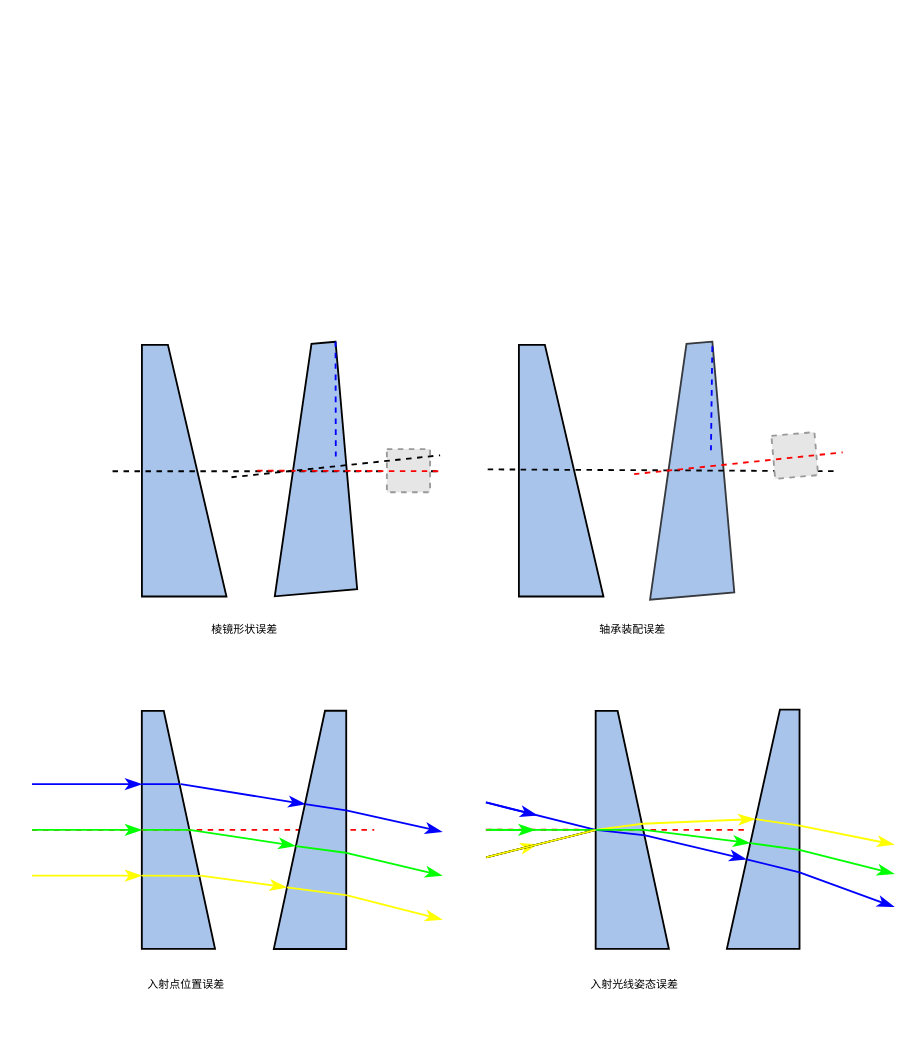
Earlier version of the draw.io diagram risley.drawio (Code-Newborn/diagrams). Source tidied: cells renumbered, new cells numbered last; positions are measured from the earlier drawing's top-left corner, leaving out a move shared by most shapes. Both pictures are drawn from the tidied source at 183%, with x=0, y=0 at pixel (31, 426). Pictures stored in the file or linked from it are replaced by grey dashed boxes.
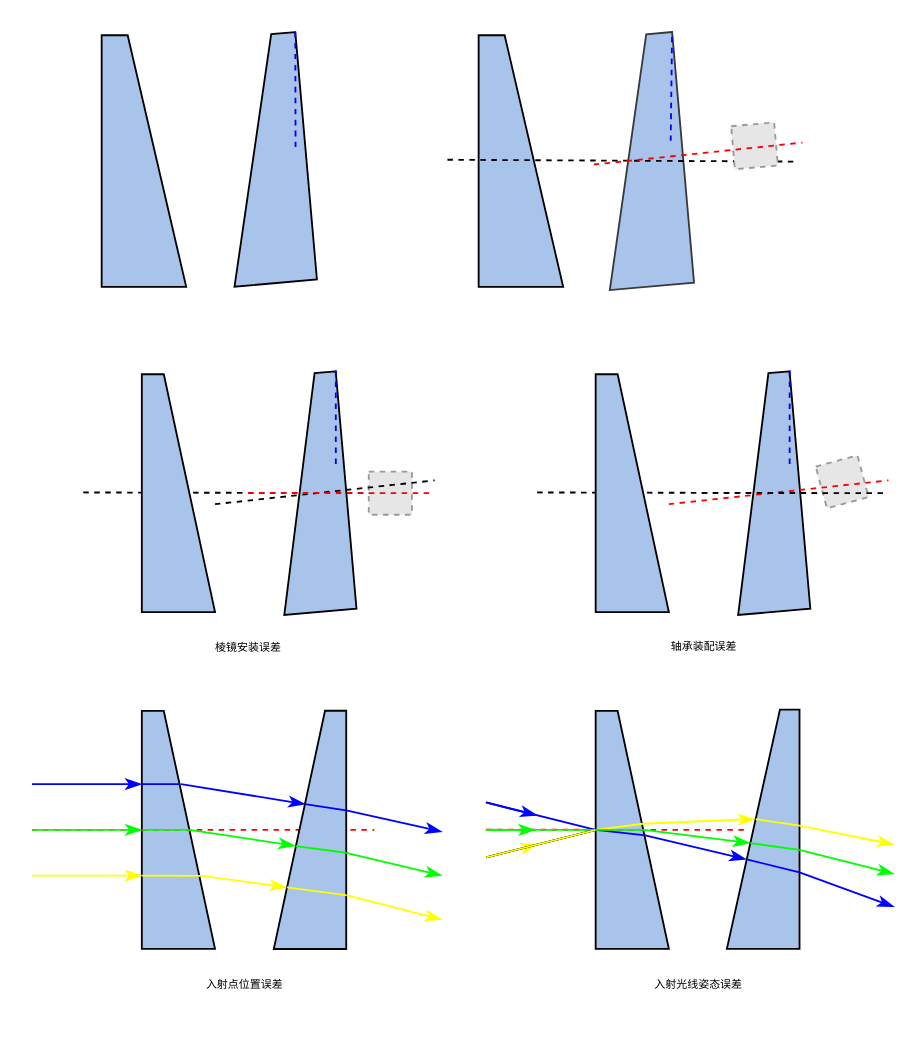
The same diagram, later.

Diff of the diagram source:
```diff
@@
     <mxCell id="2" style="shape=manualInput;whiteSpace=wrap;html=1;rotation=90;size=32;rounded=0;fillColor=#A9C4EB;" parent="1" vertex="1">
-      <mxGeometry x="14.4" y="0.6" width="137.5" height="46.2" as="geometry" />
+      <mxGeometry x="-7.6" y="-168.6" width="137.5" height="46.2" as="geometry" />
     </mxCell>
     <mxCell id="3" style="shape=manualInput;whiteSpace=wrap;html=1;rotation=85;size=32;flipH=0;flipV=1;rounded=0;fillColor=#A9C4EB;" parent="1" vertex="1">
-      <mxGeometry x="81.4" y="0.2" width="135.7" height="45.2" as="geometry" />
+      <mxGeometry x="59.4" y="-169" width="135.7" height="45.2" as="geometry" />
     </mxCell>
     <mxCell id="4" style="endArrow=none;dashed=1;html=1;rounded=0;" parent="1" edge="1">
       <mxGeometry relative="1" as="geometry">
-        <mxPoint x="44" y="24" as="sourcePoint" />
-        <mxPoint x="221" y="24" as="targetPoint" />
+        <mxPoint x="28" y="35.6" as="sourcePoint" />
+        <mxPoint x="205" y="36" as="targetPoint" />
       </mxGeometry>
     </mxCell>
     <mxCell id="5" style="fillColor=#E6E6E6;strokeColor=#999999;dashed=1;html=1;verticalAlign=top;verticalLabelPosition=bottom;labelBackgroundColor=#ffffff;fontColor=#000000;" parent="1" vertex="1">
-      <mxGeometry x="193.9" y="11.9" width="23.6" height="23.6" as="geometry" />
+      <mxGeometry x="184" y="24.2" width="23.6" height="23.6" as="geometry" />
     </mxCell>
     <mxCell id="6" style="shape=manualInput;whiteSpace=wrap;html=1;rotation=90;size=32;rounded=0;fillColor=#A9C4EB;" parent="1" vertex="1">
-      <mxGeometry x="220.4" y="0.6" width="137.5" height="46.2" as="geometry" />
+      <mxGeometry x="198.4" y="-168.6" width="137.5" height="46.2" as="geometry" />
     </mxCell>
     <mxCell id="7" style="shape=manualInput;whiteSpace=wrap;html=1;rotation=85;size=32;flipH=0;flipV=1;rounded=0;fillColor=#A9C4EB;strokeColor=#36393d;" parent="1" vertex="1">
-      <mxGeometry x="286" y="0.6" width="137.5" height="46.2" as="geometry" />
+      <mxGeometry x="264" y="-168.6" width="137.5" height="46.2" as="geometry" />
     </mxCell>
     <mxCell id="8" style="endArrow=none;dashed=1;html=1;rounded=0;" parent="1" edge="1">
       <mxGeometry relative="1" as="geometry">
-        <mxPoint x="249" y="23" as="sourcePoint" />
-        <mxPoint x="440" y="24" as="targetPoint" />
+        <mxPoint x="227" y="-146.2" as="sourcePoint" />
+        <mxPoint x="418" y="-145.2" as="targetPoint" />
       </mxGeometry>
     </mxCell>
     <mxCell id="9" style="fillColor=#E6E6E6;strokeColor=#999999;dashed=1;html=1;verticalAlign=top;verticalLabelPosition=bottom;labelBackgroundColor=#ffffff;rotation=-5;" parent="1" vertex="1">
-      <mxGeometry x="405" y="3.6" width="23.6" height="23.6" as="geometry" />
+      <mxGeometry x="383" y="-165.6" width="23.6" height="23.6" as="geometry" />
     </mxCell>
     <mxCell id="10" style="endArrow=none;dashed=1;html=1;rounded=0;fontSize=12;startSize=14;endSize=14;curved=1;fillColor=#f8cecc;strokeColor=#FF0000;" parent="1" edge="1">
       <mxGeometry relative="1" as="geometry">
-        <mxPoint x="329" y="25.6" as="sourcePoint" />
-        <mxPoint x="443" y="13.7" as="targetPoint" />
+        <mxPoint x="307" y="-143.6" as="sourcePoint" />
+        <mxPoint x="421" y="-155.6" as="targetPoint" />
       </mxGeometry>
     </mxCell>
     <mxCell id="11" style="endArrow=none;dashed=1;html=1;rounded=0;fontSize=12;startSize=14;endSize=14;curved=1;entryX=0;entryY=0;entryDx=0;entryDy=0;strokeColor=#0000FF;" parent="1" edge="1" target="3">
       <mxGeometry relative="1" as="geometry">
-        <mxPoint x="166" y="16" as="sourcePoint" />
+        <mxPoint x="144" y="-153.2" as="sourcePoint" />
       </mxGeometry>
     </mxCell>
     <mxCell id="12" style="endArrow=none;dashed=1;html=1;rounded=0;fontSize=12;startSize=14;endSize=14;curved=1;entryX=0;entryY=0;entryDx=0;entryDy=0;strokeColor=#0000FF;" parent="1" edge="1" target="7">
       <mxGeometry relative="1" as="geometry">
-        <mxPoint x="371" y="12.6" as="sourcePoint" />
+        <mxPoint x="349" y="-156.6" as="sourcePoint" />
       </mxGeometry>
     </mxCell>
-    <mxCell id="13" style="endArrow=none;dashed=1;html=1;rounded=0;strokeColor=#FF0000;" parent="1" edge="1">
-      <mxGeometry relative="1" as="geometry">
-        <mxPoint x="123" y="23.7" as="sourcePoint" />
-        <mxPoint x="224" y="24" as="targetPoint" />
-      </mxGeometry>
-    </mxCell>
-    <mxCell id="14" style="endArrow=none;dashed=1;html=1;rounded=0;fontSize=12;startSize=14;endSize=14;curved=1;fillColor=#f8cecc;strokeColor=#000000;" parent="1" edge="1">
-      <mxGeometry relative="1" as="geometry">
-        <mxPoint x="109" y="27.3" as="sourcePoint" />
-        <mxPoint x="223" y="15.3" as="targetPoint" />
-      </mxGeometry>
-    </mxCell>
-    <mxCell id="15" value="棱镜形状误差" style="text;html=1;align=center;verticalAlign=middle;fillColor=none;strokeColor=none;rounded=0;fontSize=6;fontColor=#000000;fontFamily=微软雅黑;" parent="1" vertex="1">
-      <mxGeometry x="71" y="98" width="90" height="26" as="geometry" />
-    </mxCell>
-    <mxCell id="16" value="轴承装配误差" style="text;html=1;align=center;verticalAlign=middle;fillColor=none;strokeColor=none;rounded=0;fontSize=6;fontColor=#000000;fontFamily=微软雅黑;" parent="1" vertex="1">
-      <mxGeometry x="283" y="98" width="90" height="26" as="geometry" />
-    </mxCell>
@@
     <mxCell id="44" value="入射点位置误差" style="text;html=1;align=center;verticalAlign=middle;fillColor=none;strokeColor=none;rounded=0;fontSize=6;fontColor=#000000;fontFamily=微软雅黑;" parent="1" vertex="1">
-      <mxGeometry x="32.1" y="291" width="103" height="27" as="geometry" />
+      <mxGeometry x="64.1" y="291" width="103" height="27" as="geometry" />
     </mxCell>
     <mxCell id="45" value="入射光线姿态误差" style="text;html=1;align=center;verticalAlign=middle;fillColor=none;strokeColor=none;rounded=0;fontSize=6;fontColor=#000000;fontFamily=微软雅黑;" parent="1" vertex="1">
-      <mxGeometry x="271" y="291" width="115" height="27" as="geometry" />
+      <mxGeometry x="306" y="291" width="115" height="27" as="geometry" />
     </mxCell>
@@
+    <mxCell id="60" style="shape=manualInput;whiteSpace=wrap;html=1;rotation=90;size=28;rounded=0;fillColor=#A9C4EB;" parent="1" vertex="1">
+      <mxGeometry x="15" y="16" width="130" height="40" as="geometry" />
+    </mxCell>
+    <mxCell id="61" style="shape=manualInput;whiteSpace=wrap;html=1;rotation=85;size=28;flipH=0;flipV=1;rounded=0;fillColor=#A9C4EB;" parent="1" vertex="1">
+      <mxGeometry x="86.8" y="16.2" width="130.2" height="39.6" as="geometry" />
+    </mxCell>
+    <mxCell id="14" style="endArrow=none;dashed=1;html=1;rounded=0;fontSize=12;startSize=14;endSize=14;curved=1;fillColor=#f8cecc;strokeColor=#000000;" parent="1" edge="1">
+      <mxGeometry relative="1" as="geometry">
+        <mxPoint x="100" y="42" as="sourcePoint" />
+        <mxPoint x="220" y="29" as="targetPoint" />
+      </mxGeometry>
+    </mxCell>
+    <mxCell id="13" style="endArrow=none;dashed=1;html=1;rounded=0;strokeColor=#FF0000;" parent="1" edge="1">
+      <mxGeometry relative="1" as="geometry">
+        <mxPoint x="118" y="35.8" as="sourcePoint" />
+        <mxPoint x="217" y="36" as="targetPoint" />
+      </mxGeometry>
+    </mxCell>
+    <mxCell id="62" style="endArrow=none;dashed=1;html=1;rounded=0;startSize=6;strokeColor=#0000FF;" parent="1" edge="1">
+      <mxGeometry relative="1" as="geometry">
+        <mxPoint x="166" y="-31" as="sourcePoint" />
+        <mxPoint x="166" y="20" as="targetPoint" />
+      </mxGeometry>
+    </mxCell>
+    <mxCell id="63" value="棱镜安装误差" style="text;html=1;align=center;verticalAlign=middle;fillColor=none;strokeColor=none;rounded=0;fontSize=6;fontColor=#000000;fontFamily=微软雅黑;" parent="1" vertex="1">
+      <mxGeometry x="72" y="107" width="91" height="27" as="geometry" />
+    </mxCell>
+    <mxCell id="64" style="endArrow=none;dashed=1;html=1;rounded=0;" parent="1" edge="1">
+      <mxGeometry relative="1" as="geometry">
+        <mxPoint x="276" y="35.6" as="sourcePoint" />
+        <mxPoint x="453" y="36" as="targetPoint" />
+      </mxGeometry>
+    </mxCell>
+    <mxCell id="65" style="fillColor=#E6E6E6;strokeColor=#999999;dashed=1;html=1;verticalAlign=top;verticalLabelPosition=bottom;labelBackgroundColor=#ffffff;fontColor=#000000;rotation=-15;" parent="1" vertex="1">
+      <mxGeometry x="430.9" y="18" width="23.6" height="23.6" as="geometry" />
+    </mxCell>
+    <mxCell id="66" style="shape=manualInput;whiteSpace=wrap;html=1;rotation=90;size=28;rounded=0;fillColor=#A9C4EB;" parent="1" vertex="1">
+      <mxGeometry x="263" y="16" width="130" height="40" as="geometry" />
+    </mxCell>
+    <mxCell id="67" style="shape=manualInput;whiteSpace=wrap;html=1;rotation=85;size=28;flipH=0;flipV=1;rounded=0;fillColor=#A9C4EB;" parent="1" vertex="1">
+      <mxGeometry x="334.8" y="16.2" width="130.2" height="39.6" as="geometry" />
+    </mxCell>
+    <mxCell id="68" style="endArrow=none;dashed=1;html=1;rounded=0;fontSize=12;startSize=14;endSize=14;curved=1;fillColor=#f8cecc;strokeColor=#FF0000;" parent="1" edge="1">
+      <mxGeometry relative="1" as="geometry">
+        <mxPoint x="348" y="42" as="sourcePoint" />
+        <mxPoint x="468" y="29" as="targetPoint" />
+      </mxGeometry>
+    </mxCell>
+    <mxCell id="69" style="endArrow=none;dashed=1;html=1;rounded=0;strokeColor=#000000;" parent="1" edge="1">
+      <mxGeometry relative="1" as="geometry">
+        <mxPoint x="366" y="35.8" as="sourcePoint" />
+        <mxPoint x="465" y="36" as="targetPoint" />
+      </mxGeometry>
+    </mxCell>
+    <mxCell id="70" style="endArrow=none;dashed=1;html=1;rounded=0;startSize=6;strokeColor=#0000FF;" parent="1" edge="1">
+      <mxGeometry relative="1" as="geometry">
+        <mxPoint x="414" y="-31" as="sourcePoint" />
+        <mxPoint x="414" y="20" as="targetPoint" />
+      </mxGeometry>
+    </mxCell>
+    <mxCell id="16" value="轴承装配误差" style="text;html=1;align=center;verticalAlign=middle;fillColor=none;strokeColor=none;rounded=0;fontSize=6;fontColor=#000000;fontFamily=微软雅黑;" parent="1" vertex="1">
+      <mxGeometry x="322" y="107" width="90" height="26" as="geometry" />
+    </mxCell>
```
